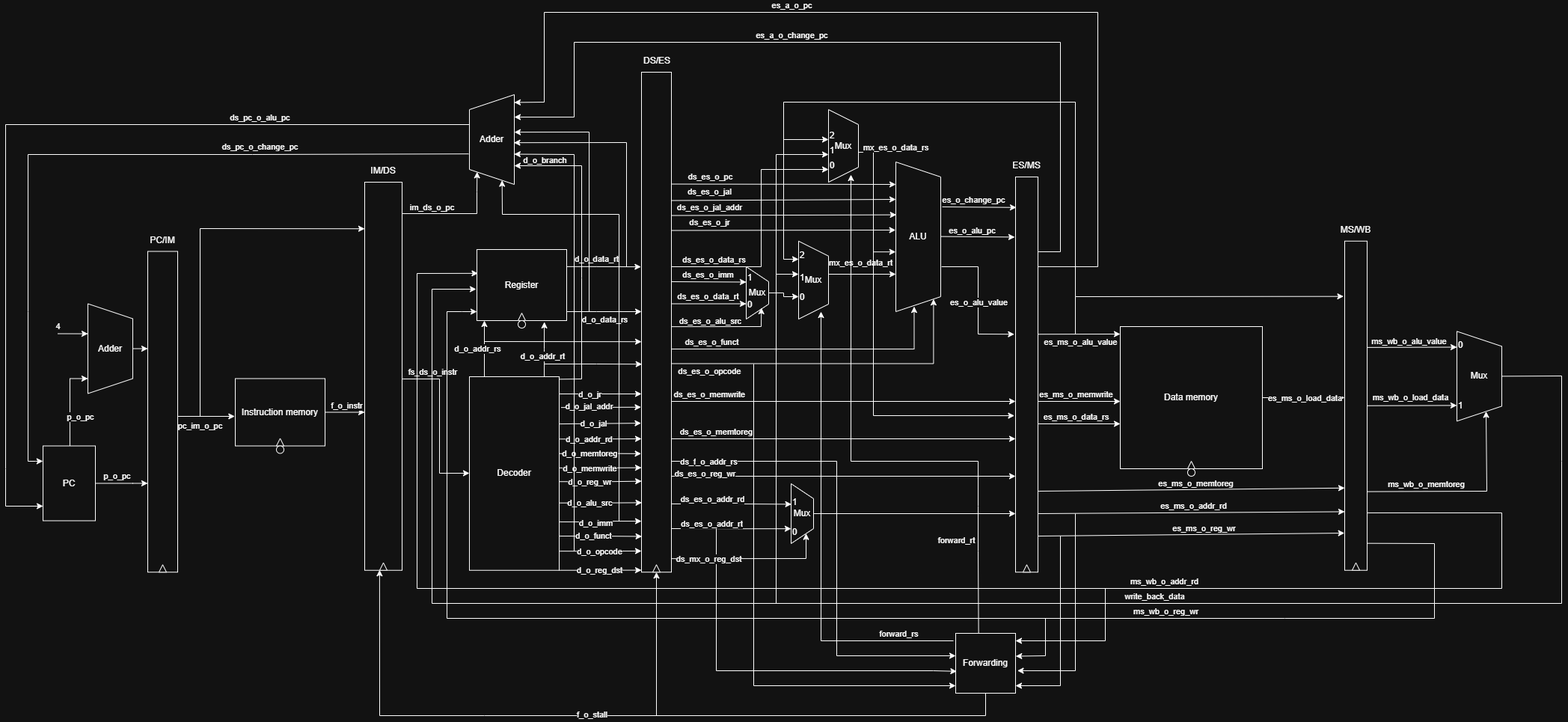
The draw.io diagram Picture/overall_architecture.png in NguyenHoanKhanh/MIPS_PIPELINE, before a commit. Source tidied: cells renumbered, new cells last; positions are measured from the earlier drawing's top-left corner, leaving out a move shared by most shapes.
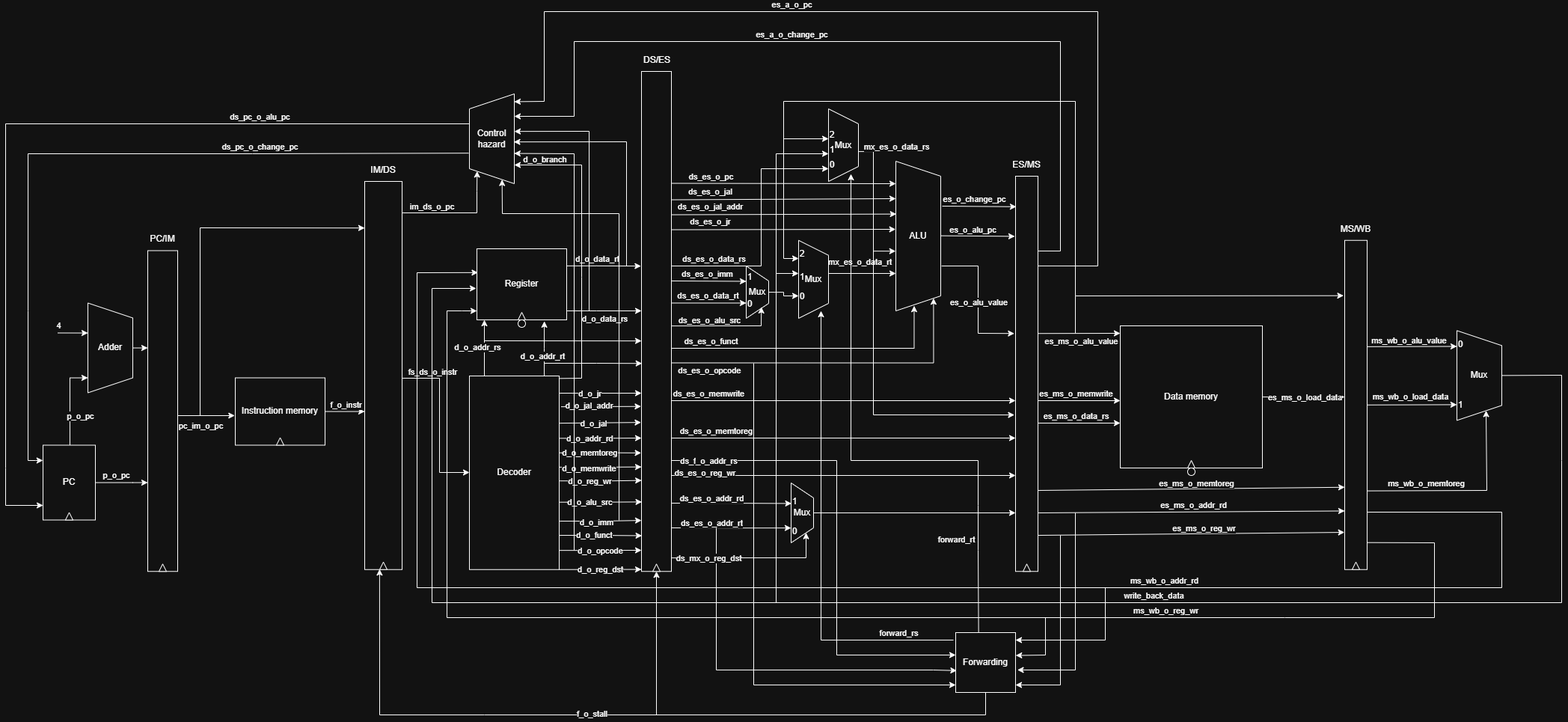
The same diagram one commit later.

Change to the diagram source:
```diff
@@ -771,7 +771,7 @@
         <mxPoint x="7" y="-7" as="offset" />
       </mxGeometry>
     </mxCell>
-    <mxCell id="129" value="Adder" style="shape=trapezoid;perimeter=trapezoidPerimeter;whiteSpace=wrap;html=1;fixedSize=1;direction=north;" parent="1" vertex="1">
+    <mxCell id="129" value="Control&lt;div&gt;hazard&lt;/div&gt;" style="shape=trapezoid;perimeter=trapezoidPerimeter;whiteSpace=wrap;html=1;fixedSize=1;direction=north;" parent="1" vertex="1">
       <mxGeometry x="620" y="110" width="60" height="120" as="geometry" />
     </mxCell>
     <mxCell id="130" style="endArrow=classic;html=1;rounded=0;exitX=0.34;exitY=-0.018;exitDx=0;exitDy=0;exitPerimeter=0;entryX=-0.002;entryY=0.204;entryDx=0;entryDy=0;entryPerimeter=0;" parent="1" edge="1" source="129" target="4">
@@ -1110,9 +1110,6 @@
     <mxCell id="189" style="triangle;whiteSpace=wrap;html=1;direction=north;" parent="1" vertex="1">
       <mxGeometry x="362" y="569.5" width="10" height="10" as="geometry" />
     </mxCell>
-    <mxCell id="190" style="ellipse;whiteSpace=wrap;html=1;" parent="1" vertex="1">
-      <mxGeometry x="362" y="579.5" width="10" height="10" as="geometry" />
-    </mxCell>
     <mxCell id="191" style="ellipse;whiteSpace=wrap;html=1;" parent="1" vertex="1">
       <mxGeometry x="685" y="412" width="10" height="10" as="geometry" />
     </mxCell>
@@ -1155,5 +1152,8 @@
     <mxCell id="204" value="2" style="text;html=1;whiteSpace=wrap;strokeColor=none;fillColor=none;align=center;verticalAlign=middle;rounded=0;" parent="1" vertex="1">
       <mxGeometry x="1100" y="160" width="10" height="10" as="geometry" />
     </mxCell>
+    <mxCell id="205" style="triangle;whiteSpace=wrap;html=1;direction=north;" parent="1" vertex="1">
+      <mxGeometry x="80" y="669.5" width="10" height="10" as="geometry" />
+    </mxCell>
   </root>
 </mxGraphModel>
```
